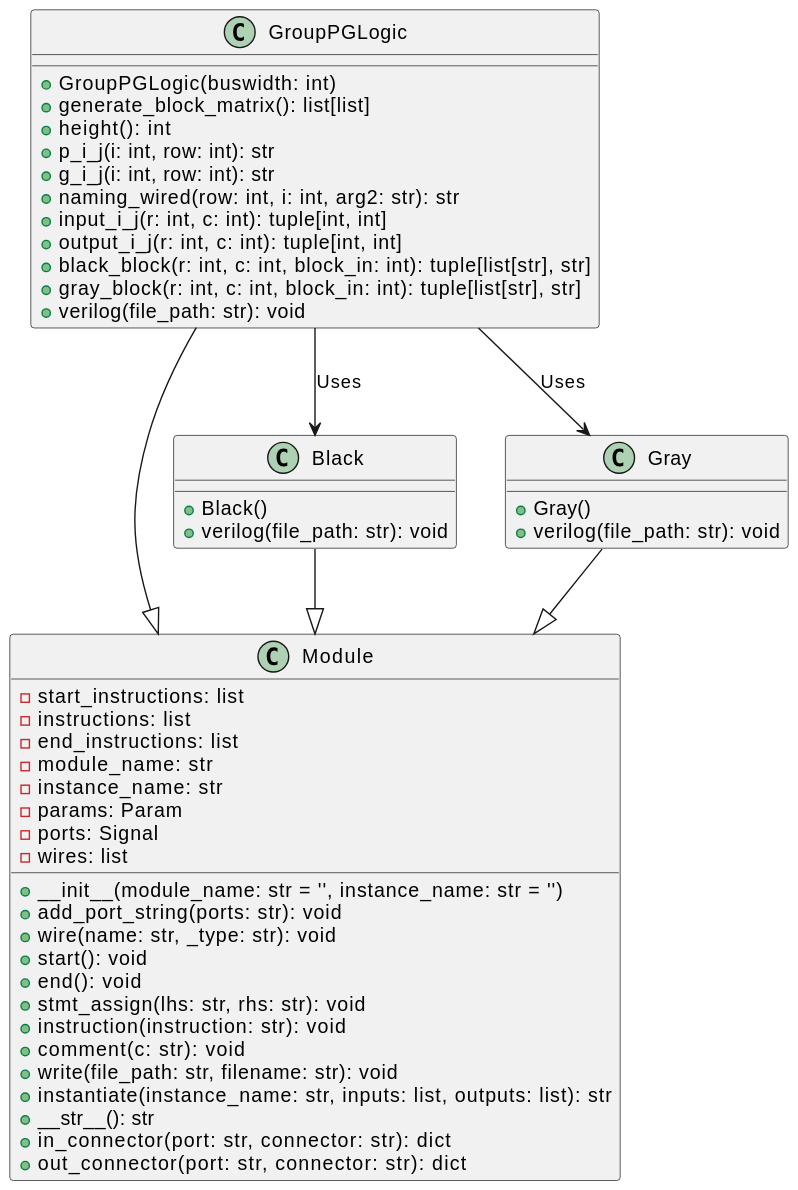
Above: docs/images_scripts_uml/Adder_GroupPGLogic.svg in sean-galloway/RTLDesignSherpa (PlantUML), before the change.
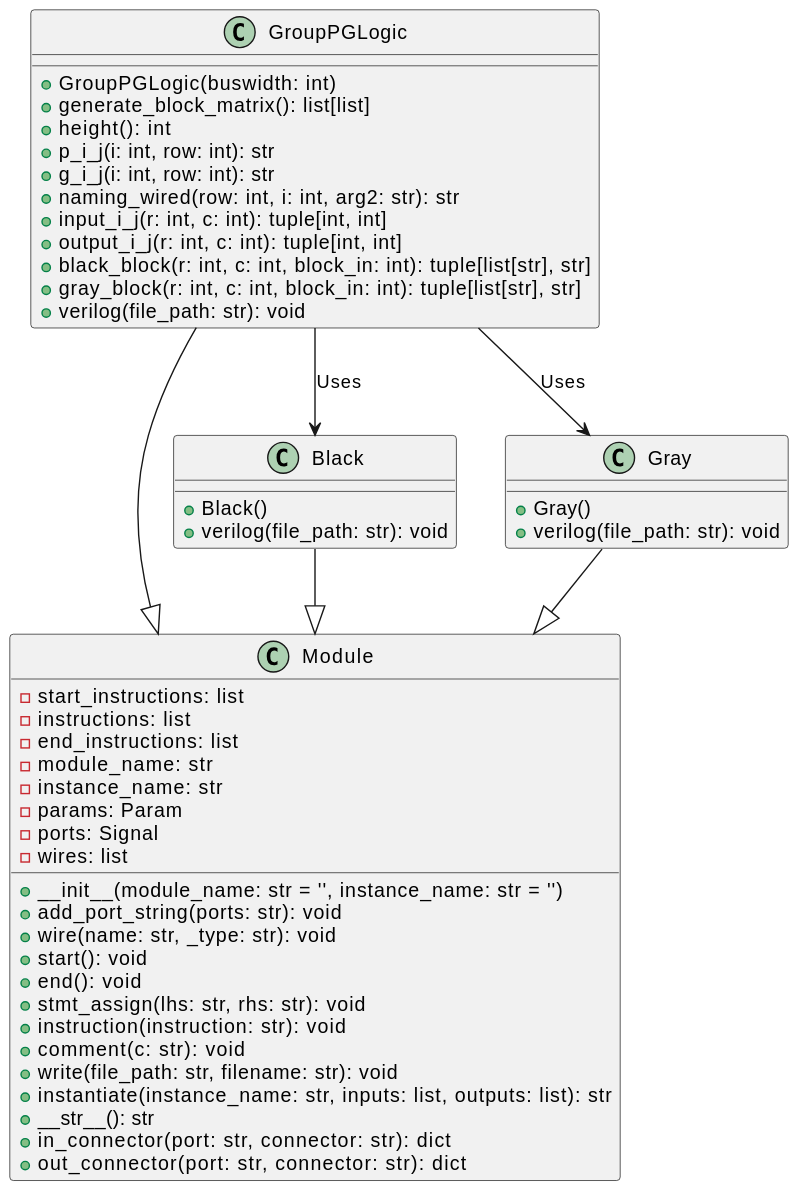
After the change.

Diff of the diagram source:
```diff
@@ -1,4 +1,4 @@
-@startuml
+@startuml Adder_GroupPGLogic
 !include verilog_Module_UML.puml
 !include Adder_Black_UML.puml
 !include Adder_Gray_UML.puml
@@ -20,4 +20,5 @@
 GroupPGLogic --|> Module
 GroupPGLogic --> Black: Uses
 GroupPGLogic --> Gray: Uses
+
 @enduml
```
